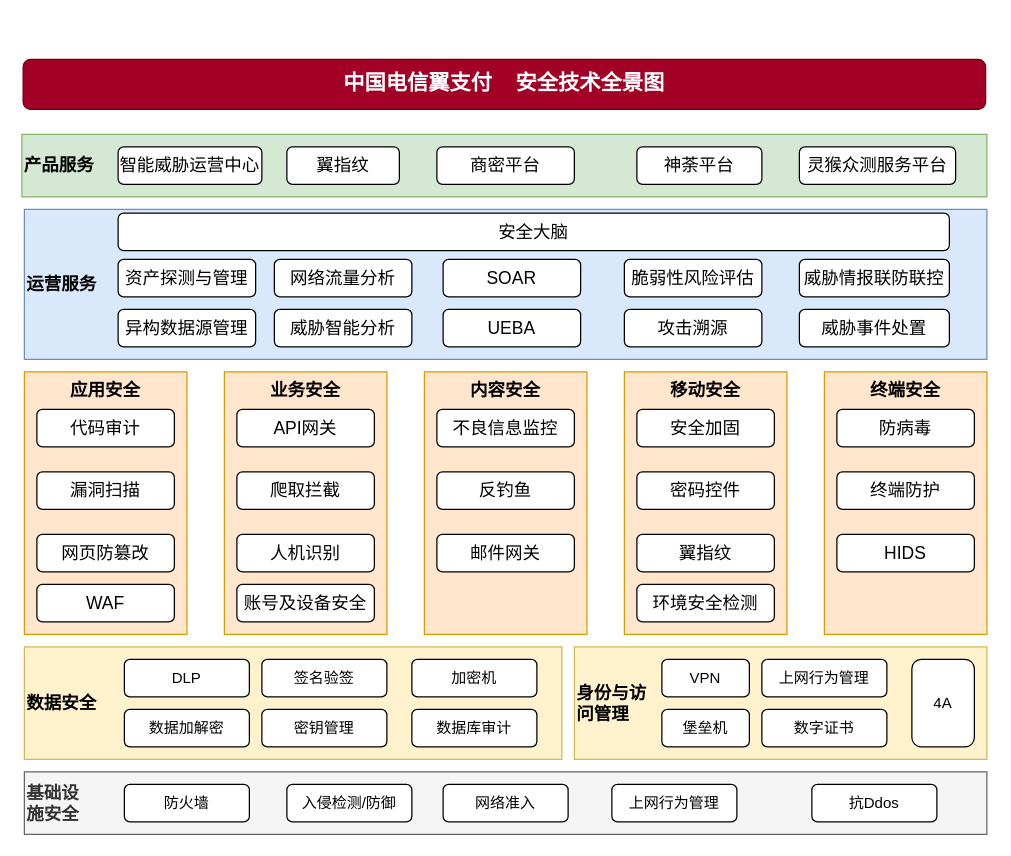
liujianqun/draw keeps this draw.io diagram as 企业安全架构图.drawio. Above is the earlier version. Source tidied: cells renumbered, new cells numbered last; positions are measured from the earlier drawing's top-left corner, leaving out a move shared by most shapes. Both pictures are drawn from the tidied source at 125%, with x=0, y=0 at pixel (21, 59).
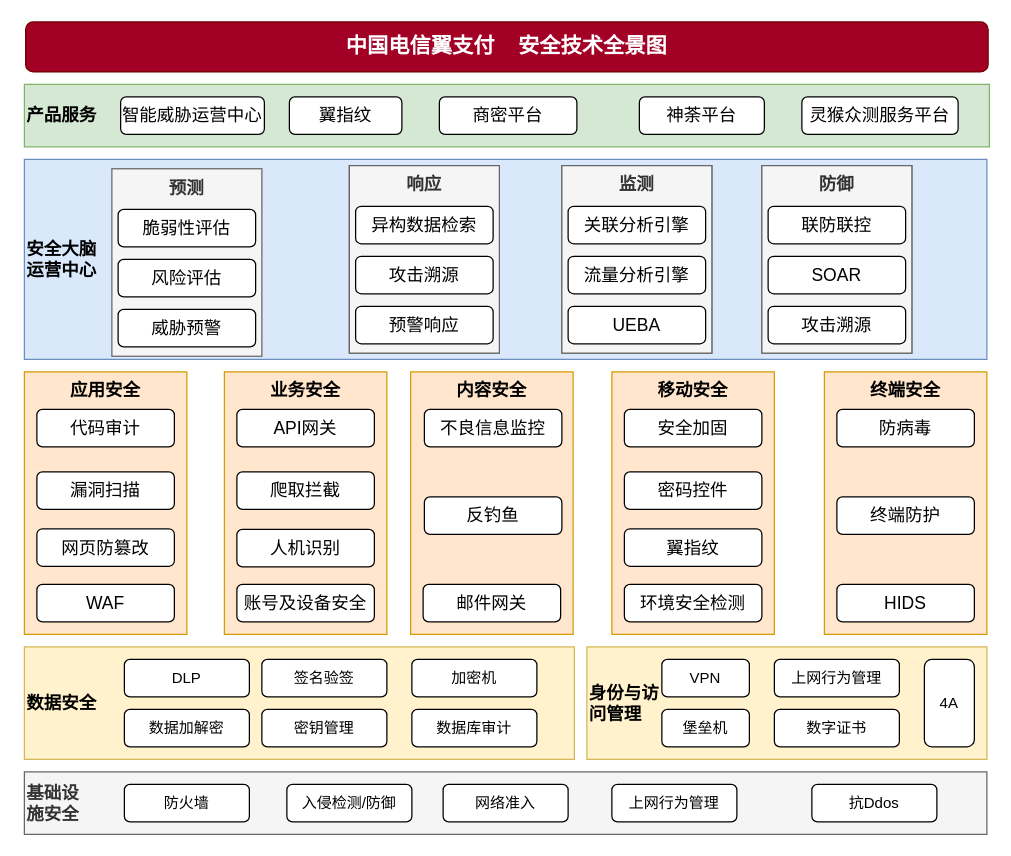
The same page after the edit.

Commit message (it also covers changes not shown here):
Update 企业安全架构图.drawio

The edit, as a diff of the source:
```diff
@@
+    <mxCell id="44" value="安全大脑&lt;br&gt;运营中心" style="rounded=0;whiteSpace=wrap;html=1;fontSize=14;align=left;fontStyle=1;fillColor=#dae8fc;strokeColor=#6c8ebf;" parent="1" vertex="1">
+      <mxGeometry x="2" y="80" width="770" height="160" as="geometry" />
+    </mxCell>
+    <mxCell id="63" value="预测" style="rounded=0;whiteSpace=wrap;html=1;shadow=0;sketch=0;fontSize=14;align=center;verticalAlign=top;fillColor=#f5f5f5;strokeColor=#666666;fontColor=#333333;fontStyle=1;" parent="1" vertex="1">
+      <mxGeometry x="72" y="87.5" width="120" height="150" as="geometry" />
+    </mxCell>
     <mxCell id="2" value="数据安全" style="rounded=0;whiteSpace=wrap;html=1;align=left;fontStyle=1;fontSize=14;fillColor=#fff2cc;strokeColor=#d6b656;" parent="1" vertex="1">
-      <mxGeometry x="2" y="470" width="430" height="90" as="geometry" />
+      <mxGeometry x="2" y="470" width="440" height="90" as="geometry" />
     </mxCell>
@@
     <mxCell id="6" value="身份与访&lt;br style=&quot;font-size: 14px;&quot;&gt;问管理" style="rounded=0;whiteSpace=wrap;html=1;align=left;fillColor=#fff2cc;strokeColor=#d6b656;sketch=0;shadow=0;fontSize=14;fontStyle=1;" parent="1" vertex="1">
-      <mxGeometry x="442" y="470" width="330" height="90" as="geometry" />
+      <mxGeometry x="452" y="470" width="320" height="90" as="geometry" />
     </mxCell>
@@
     <mxCell id="12" value="上网行为管理" style="rounded=1;whiteSpace=wrap;html=1;align=center;" parent="1" vertex="1">
-      <mxGeometry x="592" y="480" width="100" height="30" as="geometry" />
+      <mxGeometry x="602" y="480" width="100" height="30" as="geometry" />
     </mxCell>
@@
     <mxCell id="14" value="4A" style="rounded=1;whiteSpace=wrap;html=1;align=center;" parent="1" vertex="1">
-      <mxGeometry x="712" y="480" width="50" height="70" as="geometry" />
+      <mxGeometry x="722" y="480" width="40" height="70" as="geometry" />
     </mxCell>
     <mxCell id="15" value="数字证书" style="rounded=1;whiteSpace=wrap;html=1;align=center;" parent="1" vertex="1">
-      <mxGeometry x="592" y="520" width="100" height="30" as="geometry" />
+      <mxGeometry x="602" y="520" width="100" height="30" as="geometry" />
     </mxCell>
@@
     <mxCell id="24" value="网页防篡改" style="rounded=1;whiteSpace=wrap;html=1;fontSize=14;align=center;" parent="1" vertex="1">
-      <mxGeometry x="12" y="380" width="110" height="30" as="geometry" />
+      <mxGeometry x="12" y="375.5" width="110" height="30" as="geometry" />
     </mxCell>
@@
     <mxCell id="29" value="人机识别" style="rounded=1;whiteSpace=wrap;html=1;fontSize=14;align=center;" parent="1" vertex="1">
-      <mxGeometry x="172" y="380" width="110" height="30" as="geometry" />
+      <mxGeometry x="172" y="376" width="110" height="30" as="geometry" />
     </mxCell>
@@
-    <mxCell id="31" value="内容安全" style="rounded=0;whiteSpace=wrap;html=1;align=center;verticalAlign=top;fontStyle=1;fontSize=14;fillColor=#ffe6cc;strokeColor=#d79b00;" parent="1" vertex="1">
-      <mxGeometry x="322" y="250" width="130" height="210" as="geometry" />
-    </mxCell>
-    <mxCell id="32" value="不良信息监控" style="rounded=1;whiteSpace=wrap;html=1;fontSize=14;align=center;" parent="1" vertex="1">
-      <mxGeometry x="332" y="280" width="110" height="30" as="geometry" />
-    </mxCell>
-    <mxCell id="33" value="反钓鱼" style="rounded=1;whiteSpace=wrap;html=1;fontSize=14;align=center;" parent="1" vertex="1">
-      <mxGeometry x="332" y="330" width="110" height="30" as="geometry" />
-    </mxCell>
-    <mxCell id="34" value="邮件网关" style="rounded=1;whiteSpace=wrap;html=1;fontSize=14;align=center;" parent="1" vertex="1">
-      <mxGeometry x="332" y="380" width="110" height="30" as="geometry" />
-    </mxCell>
+    <mxCell id="40" value="终端安全" style="rounded=0;whiteSpace=wrap;html=1;align=center;verticalAlign=top;fontStyle=1;fontSize=14;fillColor=#ffe6cc;strokeColor=#d79b00;" parent="1" vertex="1">
+      <mxGeometry x="642" y="250" width="130" height="210" as="geometry" />
+    </mxCell>
+    <mxCell id="41" value="防病毒" style="rounded=1;whiteSpace=wrap;html=1;fontSize=14;align=center;" parent="1" vertex="1">
+      <mxGeometry x="652" y="280" width="110" height="30" as="geometry" />
+    </mxCell>
+    <mxCell id="42" value="终端防护" style="rounded=1;whiteSpace=wrap;html=1;fontSize=14;align=center;" parent="1" vertex="1">
+      <mxGeometry x="652" y="350" width="110" height="30" as="geometry" />
+    </mxCell>
+    <mxCell id="43" value="HIDS" style="rounded=1;whiteSpace=wrap;html=1;fontSize=14;align=center;" parent="1" vertex="1">
+      <mxGeometry x="652" y="420" width="110" height="30" as="geometry" />
+    </mxCell>
+    <mxCell id="45" value="脆弱性评估" style="rounded=1;whiteSpace=wrap;html=1;fontSize=14;align=center;" parent="1" vertex="1">
+      <mxGeometry x="77" y="120" width="110" height="30" as="geometry" />
+    </mxCell>
+    <mxCell id="50" value="风险评估" style="rounded=1;whiteSpace=wrap;html=1;fontSize=14;align=center;" parent="1" vertex="1">
+      <mxGeometry x="77" y="160" width="110" height="30" as="geometry" />
+    </mxCell>
+    <mxCell id="55" value="中国电信翼支付&amp;nbsp; &amp;nbsp; 安全技术全景图" style="rounded=1;whiteSpace=wrap;html=1;fontSize=17;align=center;fontStyle=1;fillColor=#a20025;strokeColor=#6F0000;fontColor=#ffffff;" parent="1" vertex="1">
+      <mxGeometry x="3" y="-30" width="770" height="40" as="geometry" />
+    </mxCell>
+    <mxCell id="56" value="产品服务" style="rounded=0;whiteSpace=wrap;html=1;fontSize=14;align=left;fontStyle=1;fillColor=#d5e8d4;strokeColor=#82b366;" parent="1" vertex="1">
+      <mxGeometry x="2" y="20" width="772" height="50" as="geometry" />
+    </mxCell>
+    <mxCell id="57" value="灵猴众测服务平台" style="rounded=1;whiteSpace=wrap;html=1;fontSize=14;align=center;" parent="1" vertex="1">
+      <mxGeometry x="624" y="30" width="125" height="30" as="geometry" />
+    </mxCell>
+    <mxCell id="58" value="商密平台" style="rounded=1;whiteSpace=wrap;html=1;fontSize=14;align=center;" parent="1" vertex="1">
+      <mxGeometry x="334" y="30" width="110" height="30" as="geometry" />
+    </mxCell>
+    <mxCell id="59" value="翼指纹" style="rounded=1;whiteSpace=wrap;html=1;fontSize=14;align=center;" parent="1" vertex="1">
+      <mxGeometry x="214" y="30" width="90" height="30" as="geometry" />
+    </mxCell>
+    <mxCell id="61" value="神荼平台" style="rounded=1;whiteSpace=wrap;html=1;fontSize=14;align=center;" parent="1" vertex="1">
+      <mxGeometry x="494" y="30" width="100" height="30" as="geometry" />
+    </mxCell>
+    <mxCell id="62" value="智能威胁运营中心" style="rounded=1;whiteSpace=wrap;html=1;fontSize=14;align=center;" parent="1" vertex="1">
+      <mxGeometry x="79" y="30" width="115" height="30" as="geometry" />
+    </mxCell>
+    <mxCell id="64" style="group;" parent="1" vertex="1">
+      <mxGeometry x="472" y="250" width="130" height="210" as="geometry" />
+    </mxCell>
-    <mxCell id="35" value="移动安全" style="rounded=0;whiteSpace=wrap;html=1;align=center;verticalAlign=top;fontStyle=1;fontSize=14;fillColor=#ffe6cc;strokeColor=#d79b00;" parent="1" vertex="1">
-      <mxGeometry x="482" y="250" width="130" height="210" as="geometry" />
+    <mxCell id="35" value="移动安全" style="rounded=0;whiteSpace=wrap;html=1;align=center;verticalAlign=top;fontStyle=1;fontSize=14;fillColor=#ffe6cc;strokeColor=#d79b00;" parent="64" vertex="1">
+      <mxGeometry width="130" height="210" as="geometry" />
     </mxCell>
-    <mxCell id="36" value="安全加固" style="rounded=1;whiteSpace=wrap;html=1;fontSize=14;align=center;" parent="1" vertex="1">
-      <mxGeometry x="492" y="280" width="110" height="30" as="geometry" />
+    <mxCell id="36" value="安全加固" style="rounded=1;whiteSpace=wrap;html=1;fontSize=14;align=center;" parent="64" vertex="1">
+      <mxGeometry x="10" y="30" width="110" height="30" as="geometry" />
     </mxCell>
-    <mxCell id="37" value="密码控件" style="rounded=1;whiteSpace=wrap;html=1;fontSize=14;align=center;" parent="1" vertex="1">
-      <mxGeometry x="492" y="330" width="110" height="30" as="geometry" />
+    <mxCell id="37" value="密码控件" style="rounded=1;whiteSpace=wrap;html=1;fontSize=14;align=center;" parent="64" vertex="1">
+      <mxGeometry x="10" y="80" width="110" height="30" as="geometry" />
     </mxCell>
-    <mxCell id="38" value="翼指纹" style="rounded=1;whiteSpace=wrap;html=1;fontSize=14;align=center;" parent="1" vertex="1">
-      <mxGeometry x="492" y="380" width="110" height="30" as="geometry" />
+    <mxCell id="38" value="翼指纹" style="rounded=1;whiteSpace=wrap;html=1;fontSize=14;align=center;" parent="64" vertex="1">
+      <mxGeometry x="10" y="125.5" width="110" height="30" as="geometry" />
     </mxCell>
-    <mxCell id="39" value="环境安全检测" style="rounded=1;whiteSpace=wrap;html=1;fontSize=14;align=center;" parent="1" vertex="1">
-      <mxGeometry x="492" y="420" width="110" height="30" as="geometry" />
+    <mxCell id="39" value="环境安全检测" style="rounded=1;whiteSpace=wrap;html=1;fontSize=14;align=center;" parent="64" vertex="1">
+      <mxGeometry x="10" y="170" width="110" height="30" as="geometry" />
     </mxCell>
-    <mxCell id="40" value="终端安全" style="rounded=0;whiteSpace=wrap;html=1;align=center;verticalAlign=top;fontStyle=1;fontSize=14;fillColor=#ffe6cc;strokeColor=#d79b00;" parent="1" vertex="1">
-      <mxGeometry x="642" y="250" width="130" height="210" as="geometry" />
-    </mxCell>
-    <mxCell id="41" value="防病毒" style="rounded=1;whiteSpace=wrap;html=1;fontSize=14;align=center;" parent="1" vertex="1">
-      <mxGeometry x="652" y="280" width="110" height="30" as="geometry" />
-    </mxCell>
-    <mxCell id="42" value="终端防护" style="rounded=1;whiteSpace=wrap;html=1;fontSize=14;align=center;" parent="1" vertex="1">
-      <mxGeometry x="652" y="330" width="110" height="30" as="geometry" />
-    </mxCell>
-    <mxCell id="43" value="HIDS" style="rounded=1;whiteSpace=wrap;html=1;fontSize=14;align=center;" parent="1" vertex="1">
-      <mxGeometry x="652" y="380" width="110" height="30" as="geometry" />
-    </mxCell>
-    <mxCell id="44" value="运营服务" style="rounded=0;whiteSpace=wrap;html=1;fontSize=14;align=left;fontStyle=1;fillColor=#dae8fc;strokeColor=#6c8ebf;" parent="1" vertex="1">
-      <mxGeometry x="2" y="120" width="770" height="120" as="geometry" />
-    </mxCell>
-    <mxCell id="45" value="资产探测与管理" style="rounded=1;whiteSpace=wrap;html=1;fontSize=14;align=center;" parent="1" vertex="1">
-      <mxGeometry x="77" y="160" width="110" height="30" as="geometry" />
-    </mxCell>
-    <mxCell id="46" value="威胁事件处置" style="rounded=1;whiteSpace=wrap;html=1;fontSize=14;align=center;" parent="1" vertex="1">
-      <mxGeometry x="622" y="200" width="120" height="30" as="geometry" />
-    </mxCell>
+    <mxCell id="65" style="group;" parent="1" vertex="1">
+      <mxGeometry x="311" y="250" width="130" height="210" as="geometry" />
+    </mxCell>
+    <mxCell id="31" value="内容安全" style="rounded=0;whiteSpace=wrap;html=1;align=center;verticalAlign=top;fontStyle=1;fontSize=14;fillColor=#ffe6cc;strokeColor=#d79b00;" parent="65" vertex="1">
+      <mxGeometry width="130" height="210" as="geometry" />
+    </mxCell>
+    <mxCell id="32" value="不良信息监控" style="rounded=1;whiteSpace=wrap;html=1;fontSize=14;align=center;" parent="65" vertex="1">
+      <mxGeometry x="11" y="30" width="110" height="30" as="geometry" />
+    </mxCell>
+    <mxCell id="33" value="反钓鱼" style="rounded=1;whiteSpace=wrap;html=1;fontSize=14;align=center;" parent="65" vertex="1">
+      <mxGeometry x="11" y="100" width="110" height="30" as="geometry" />
+    </mxCell>
+    <mxCell id="34" value="邮件网关" style="rounded=1;whiteSpace=wrap;html=1;fontSize=14;align=center;" parent="65" vertex="1">
+      <mxGeometry x="10" y="170" width="110" height="30" as="geometry" />
+    </mxCell>
+    <mxCell id="66" value="威胁预警" style="rounded=1;whiteSpace=wrap;html=1;fontSize=14;align=center;" parent="1" vertex="1">
+      <mxGeometry x="77" y="200" width="110" height="30" as="geometry" />
+    </mxCell>
+    <mxCell id="67" style="group;fillColor=#f5f5f5;strokeColor=#666666;fontColor=#333333;fontStyle=1;" parent="1" vertex="1">
+      <mxGeometry x="592" y="85" width="120" height="150" as="geometry" />
+    </mxCell>
+    <mxCell id="68" value="&lt;b&gt;防御&lt;/b&gt;" style="rounded=0;whiteSpace=wrap;html=1;shadow=0;sketch=0;fontSize=14;align=center;verticalAlign=top;fillColor=#f5f5f5;strokeColor=#666666;fontColor=#333333;" parent="67" vertex="1">
+      <mxGeometry width="120" height="150" as="geometry" />
+    </mxCell>
+    <mxCell id="52" value="攻击溯源" style="rounded=1;whiteSpace=wrap;html=1;fontSize=14;align=center;" parent="67" vertex="1">
+      <mxGeometry x="5" y="112.5" width="110" height="30" as="geometry" />
+    </mxCell>
-    <mxCell id="47" value="SOAR" style="rounded=1;whiteSpace=wrap;html=1;fontSize=14;align=center;" parent="1" vertex="1">
-      <mxGeometry x="337" y="160" width="110" height="30" as="geometry" />
+    <mxCell id="47" value="SOAR" style="rounded=1;whiteSpace=wrap;html=1;fontSize=14;align=center;" parent="67" vertex="1">
+      <mxGeometry x="5" y="72.5" width="110" height="30" as="geometry" />
     </mxCell>
+    <mxCell id="69" value="联防联控" style="rounded=1;whiteSpace=wrap;html=1;fontSize=14;align=center;" parent="67" vertex="1">
+      <mxGeometry x="5" y="32.5" width="110" height="30" as="geometry" />
+    </mxCell>
+    <mxCell id="70" style="group;fillColor=#f5f5f5;strokeColor=#666666;fontColor=#333333;fontStyle=1;" parent="1" vertex="1">
+      <mxGeometry x="432" y="85" width="120" height="150" as="geometry" />
+    </mxCell>
+    <mxCell id="71" value="&lt;b&gt;监测&lt;/b&gt;" style="rounded=0;whiteSpace=wrap;html=1;shadow=0;sketch=0;fontSize=14;align=center;verticalAlign=top;fillColor=#f5f5f5;strokeColor=#666666;fontColor=#333333;" parent="70" vertex="1">
+      <mxGeometry width="120" height="150" as="geometry" />
+    </mxCell>
+    <mxCell id="72" value="流量分析引擎" style="rounded=1;whiteSpace=wrap;html=1;fontSize=14;align=center;" parent="70" vertex="1">
+      <mxGeometry x="5" y="72.5" width="110" height="30" as="geometry" />
+    </mxCell>
+    <mxCell id="51" value="UEBA" style="rounded=1;whiteSpace=wrap;html=1;fontSize=14;align=center;" parent="70" vertex="1">
+      <mxGeometry x="5" y="112.5" width="110" height="30" as="geometry" />
+    </mxCell>
+    <mxCell id="73" value="关联分析引擎" style="rounded=1;whiteSpace=wrap;html=1;fontSize=14;align=center;" parent="70" vertex="1">
+      <mxGeometry x="5" y="32.5" width="110" height="30" as="geometry" />
+    </mxCell>
+    <mxCell id="74" style="group;fillColor=#f5f5f5;strokeColor=#666666;fontColor=#333333;fontStyle=0;" parent="1" vertex="1">
+      <mxGeometry x="262" y="85" width="120" height="150" as="geometry" />
+    </mxCell>
+    <mxCell id="75" value="响应" style="rounded=0;whiteSpace=wrap;html=1;shadow=0;sketch=0;fontSize=14;align=center;verticalAlign=top;fillColor=#f5f5f5;strokeColor=#666666;fontColor=#333333;fontStyle=1;" parent="74" vertex="1">
+      <mxGeometry width="120" height="150" as="geometry" />
+    </mxCell>
-    <mxCell id="48" value="网络流量分析" style="rounded=1;whiteSpace=wrap;html=1;fontSize=14;align=center;" parent="1" vertex="1">
-      <mxGeometry x="202" y="160" width="110" height="30" as="geometry" />
+    <mxCell id="48" value="异构数据检索" style="rounded=1;whiteSpace=wrap;html=1;fontSize=14;align=center;" parent="74" vertex="1">
+      <mxGeometry x="5" y="32.5" width="110" height="30" as="geometry" />
     </mxCell>
-    <mxCell id="49" value="威胁智能分析" style="rounded=1;whiteSpace=wrap;html=1;fontSize=14;align=center;" parent="1" vertex="1">
-      <mxGeometry x="202" y="200" width="110" height="30" as="geometry" />
+    <mxCell id="49" value="预警响应" style="rounded=1;whiteSpace=wrap;html=1;fontSize=14;align=center;" parent="74" vertex="1">
+      <mxGeometry x="5" y="112.5" width="110" height="30" as="geometry" />
     </mxCell>
-    <mxCell id="50" value="异构数据源管理" style="rounded=1;whiteSpace=wrap;html=1;fontSize=14;align=center;" parent="1" vertex="1">
-      <mxGeometry x="77" y="200" width="110" height="30" as="geometry" />
-    </mxCell>
-    <mxCell id="51" value="UEBA" style="rounded=1;whiteSpace=wrap;html=1;fontSize=14;align=center;" parent="1" vertex="1">
-      <mxGeometry x="337" y="200" width="110" height="30" as="geometry" />
-    </mxCell>
-    <mxCell id="52" value="攻击溯源" style="rounded=1;whiteSpace=wrap;html=1;fontSize=14;align=center;" parent="1" vertex="1">
-      <mxGeometry x="482" y="200" width="110" height="30" as="geometry" />
-    </mxCell>
-    <mxCell id="53" value="脆弱性风险评估" style="rounded=1;whiteSpace=wrap;html=1;fontSize=14;align=center;" parent="1" vertex="1">
-      <mxGeometry x="482" y="160" width="110" height="30" as="geometry" />
-    </mxCell>
-    <mxCell id="54" value="威胁情报联防联控" style="rounded=1;whiteSpace=wrap;html=1;fontSize=14;align=center;" parent="1" vertex="1">
-      <mxGeometry x="622" y="160" width="120" height="30" as="geometry" />
-    </mxCell>
-    <mxCell id="55" value="中国电信翼支付&amp;nbsp; &amp;nbsp; 安全技术全景图" style="rounded=1;whiteSpace=wrap;html=1;fontSize=17;align=center;fontStyle=1;fillColor=#a20025;strokeColor=#6F0000;fontColor=#ffffff;" parent="1" vertex="1">
-      <mxGeometry x="1" width="770" height="40" as="geometry" />
-    </mxCell>
-    <mxCell id="56" value="产品服务" style="rounded=0;whiteSpace=wrap;html=1;fontSize=14;align=left;fontStyle=1;fillColor=#d5e8d4;strokeColor=#82b366;" parent="1" vertex="1">
-      <mxGeometry y="60" width="772" height="50" as="geometry" />
-    </mxCell>
-    <mxCell id="57" value="灵猴众测服务平台" style="rounded=1;whiteSpace=wrap;html=1;fontSize=14;align=center;" parent="1" vertex="1">
-      <mxGeometry x="622" y="70" width="125" height="30" as="geometry" />
-    </mxCell>
-    <mxCell id="58" value="商密平台" style="rounded=1;whiteSpace=wrap;html=1;fontSize=14;align=center;" parent="1" vertex="1">
-      <mxGeometry x="332" y="70" width="110" height="30" as="geometry" />
-    </mxCell>
-    <mxCell id="59" value="翼指纹" style="rounded=1;whiteSpace=wrap;html=1;fontSize=14;align=center;" parent="1" vertex="1">
-      <mxGeometry x="212" y="70" width="90" height="30" as="geometry" />
-    </mxCell>
-    <mxCell id="60" value="安全大脑" style="rounded=1;whiteSpace=wrap;html=1;fontSize=14;align=center;" parent="1" vertex="1">
-      <mxGeometry x="77" y="123" width="665" height="30" as="geometry" />
-    </mxCell>
-    <mxCell id="61" value="神荼平台" style="rounded=1;whiteSpace=wrap;html=1;fontSize=14;align=center;" parent="1" vertex="1">
-      <mxGeometry x="492" y="70" width="100" height="30" as="geometry" />
-    </mxCell>
-    <mxCell id="62" value="智能威胁运营中心" style="rounded=1;whiteSpace=wrap;html=1;fontSize=14;align=center;" parent="1" vertex="1">
-      <mxGeometry x="77" y="70" width="115" height="30" as="geometry" />
-    </mxCell>
+    <mxCell id="76" value="攻击溯源" style="rounded=1;whiteSpace=wrap;html=1;fontSize=14;align=center;" parent="74" vertex="1">
+      <mxGeometry x="5" y="72.5" width="110" height="30" as="geometry" />
+    </mxCell>
```
